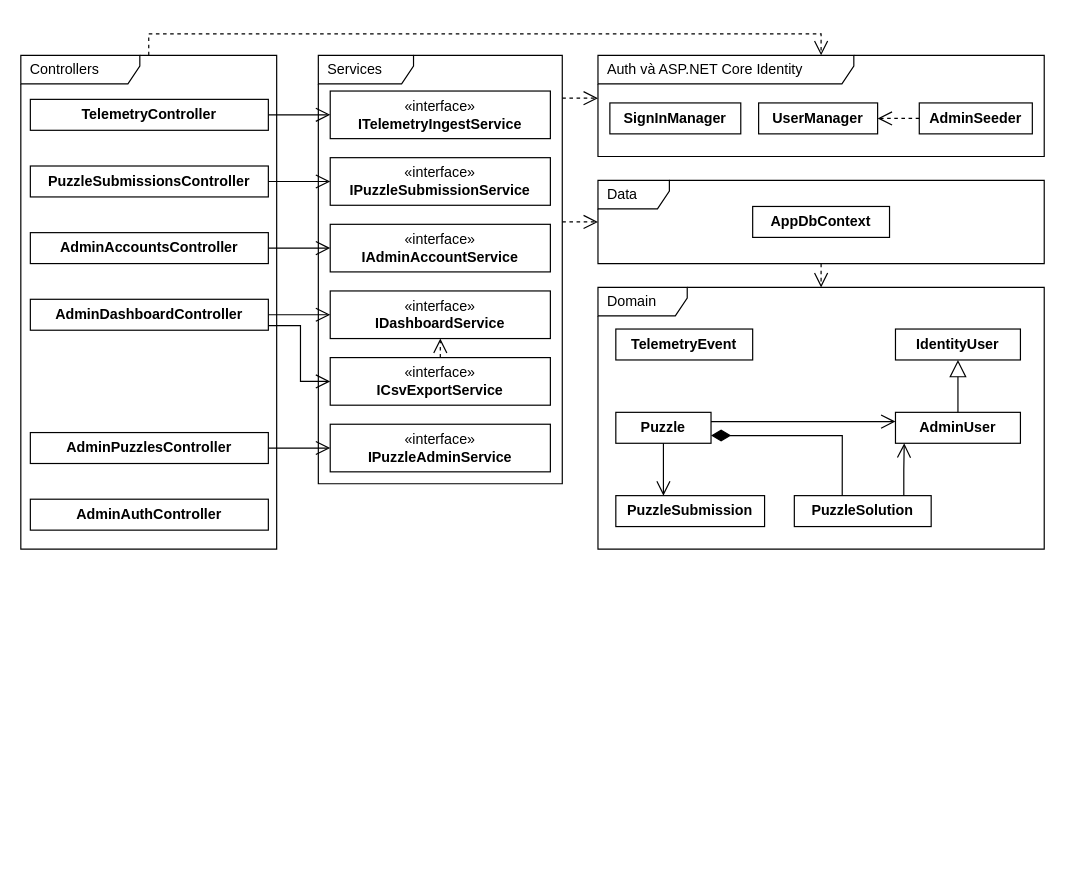
qivarnq3g/3-gio-12 keeps this draw.io diagram as page "Tổng quát" (1 of 9) of docs/thiet-ke/lop-may-chu/luoc-do-lop-may-chu.drawio. Above is the earlier version. Source tidied: cells renumbered, new cells numbered last; positions are measured from the earlier drawing's top-left corner, leaving out a move shared by most shapes. Both pictures are drawn from the tidied source at 119%, with x=0, y=0 at pixel (20, 33).
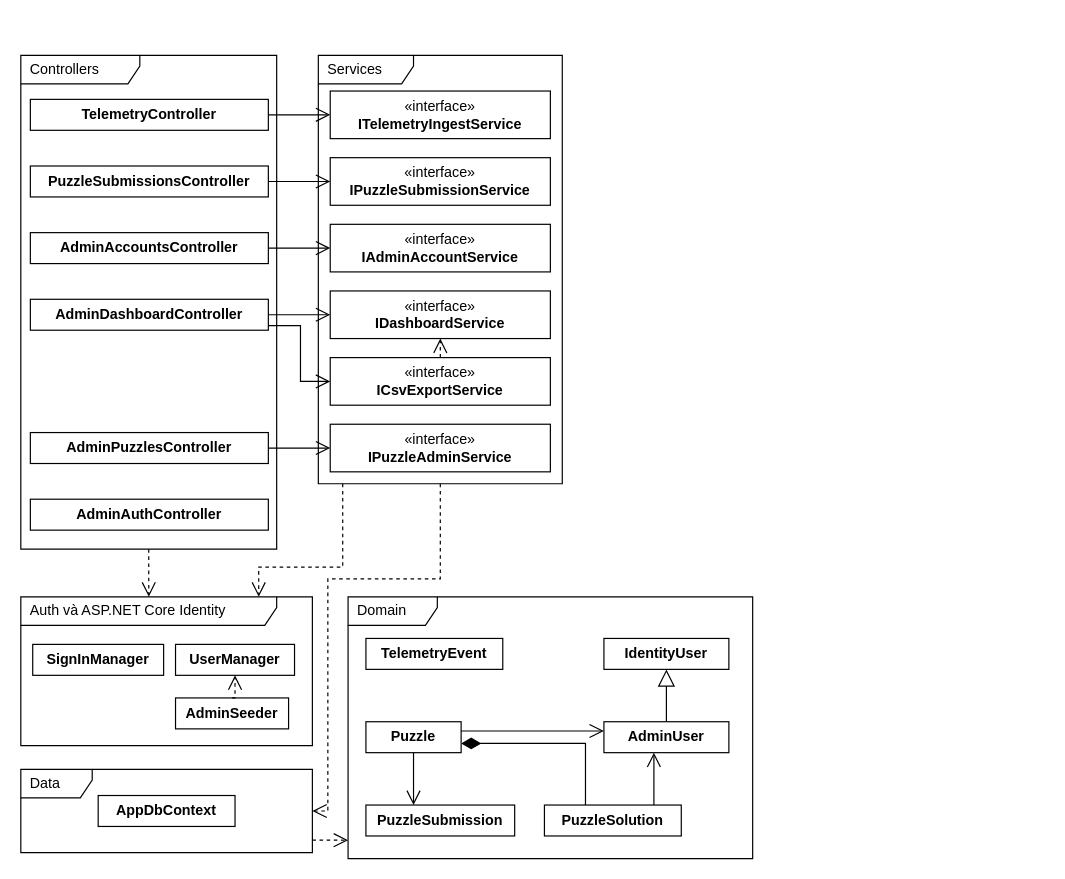
After the change.

The change refers to these unchanged cells:
```xml
<mxCell id="2" value="Controllers" style="shape=umlFrame;whiteSpace=wrap;html=1;boundedLbl=1;verticalAlign=middle;align=left;spacingLeft=6;fillColor=none;fontFamily=Arial;fontSize=12;width=100;height=24;" parent="1" vertex="1">
  <mxGeometry y="18" width="215" height="415" as="geometry" />
</mxCell>
<mxCell id="3" value="Services" style="shape=umlFrame;whiteSpace=wrap;html=1;boundedLbl=1;verticalAlign=middle;align=left;spacingLeft=6;fillColor=none;fontFamily=Arial;fontSize=12;width=80;height=24;" parent="1" vertex="1">
  <mxGeometry x="250" y="18" width="205" height="360" as="geometry" />
</mxCell>
```

The edit, as a diff of the source:
```diff
@@
     <mxCell id="4" value="Auth và ASP.NET Core Identity" style="shape=umlFrame;whiteSpace=wrap;html=1;boundedLbl=1;verticalAlign=middle;align=left;spacingLeft=6;fillColor=none;fontFamily=Arial;fontSize=12;width=215;height=24;" parent="1" vertex="1">
-      <mxGeometry x="485" y="18" width="375" height="85" as="geometry" />
+      <mxGeometry y="473" width="245" height="125" as="geometry" />
     </mxCell>
     <mxCell id="5" value="Data" style="shape=umlFrame;whiteSpace=wrap;html=1;boundedLbl=1;verticalAlign=middle;align=left;spacingLeft=6;fillColor=none;fontFamily=Arial;fontSize=12;width=60;height=24;" parent="1" vertex="1">
-      <mxGeometry x="485" y="123" width="375" height="70" as="geometry" />
+      <mxGeometry y="618" width="245" height="70" as="geometry" />
     </mxCell>
     <mxCell id="6" value="Domain" style="shape=umlFrame;whiteSpace=wrap;html=1;boundedLbl=1;verticalAlign=middle;align=left;spacingLeft=6;fillColor=none;fontFamily=Arial;fontSize=12;width=75;height=24;" parent="1" vertex="1">
-      <mxGeometry x="485" y="213" width="375" height="220" as="geometry" />
+      <mxGeometry x="275" y="473" width="340" height="220" as="geometry" />
     </mxCell>
@@
     <mxCell id="19" value="&lt;b&gt;SignInManager&lt;/b&gt;" style="rounded=0;whiteSpace=wrap;html=1;fillColor=#ffffff;fontFamily=Arial;fontSize=12;" parent="1" vertex="1">
-      <mxGeometry x="495" y="58" width="110" height="26" as="geometry" />
+      <mxGeometry x="10" y="513" width="110" height="26" as="geometry" />
     </mxCell>
     <mxCell id="20" value="&lt;b&gt;UserManager&lt;/b&gt;" style="rounded=0;whiteSpace=wrap;html=1;fillColor=#ffffff;fontFamily=Arial;fontSize=12;" parent="1" vertex="1">
-      <mxGeometry x="620" y="58" width="100" height="26" as="geometry" />
+      <mxGeometry x="130" y="513" width="100" height="26" as="geometry" />
     </mxCell>
     <mxCell id="21" value="&lt;b&gt;AdminSeeder&lt;/b&gt;" style="rounded=0;whiteSpace=wrap;html=1;fillColor=#ffffff;fontFamily=Arial;fontSize=12;" parent="1" vertex="1">
-      <mxGeometry x="755" y="58" width="95" height="26" as="geometry" />
+      <mxGeometry x="130" y="558" width="95" height="26" as="geometry" />
     </mxCell>
     <mxCell id="22" value="&lt;b&gt;AppDbContext&lt;/b&gt;" style="rounded=0;whiteSpace=wrap;html=1;fillColor=#ffffff;fontFamily=Arial;fontSize=12;" parent="1" vertex="1">
-      <mxGeometry x="615" y="145" width="115" height="26" as="geometry" />
+      <mxGeometry x="65" y="640" width="115" height="26" as="geometry" />
     </mxCell>
     <mxCell id="23" value="&lt;b&gt;TelemetryEvent&lt;/b&gt;" style="rounded=0;whiteSpace=wrap;html=1;fillColor=#ffffff;fontFamily=Arial;fontSize=12;" parent="1" vertex="1">
-      <mxGeometry x="500" y="248" width="115" height="26" as="geometry" />
+      <mxGeometry x="290" y="508" width="115" height="26" as="geometry" />
     </mxCell>
     <mxCell id="24" value="&lt;b&gt;IdentityUser&lt;/b&gt;" style="rounded=0;whiteSpace=wrap;html=1;fillColor=#ffffff;fontFamily=Arial;fontSize=12;" parent="1" vertex="1">
-      <mxGeometry x="735" y="248" width="105" height="26" as="geometry" />
+      <mxGeometry x="490" y="508" width="105" height="26" as="geometry" />
     </mxCell>
     <mxCell id="25" value="&lt;b&gt;Puzzle&lt;/b&gt;" style="rounded=0;whiteSpace=wrap;html=1;fillColor=#ffffff;fontFamily=Arial;fontSize=12;" parent="1" vertex="1">
-      <mxGeometry x="500" y="318" width="80" height="26" as="geometry" />
+      <mxGeometry x="290" y="578" width="80" height="26" as="geometry" />
     </mxCell>
     <mxCell id="26" value="&lt;b&gt;AdminUser&lt;/b&gt;" style="rounded=0;whiteSpace=wrap;html=1;fillColor=#ffffff;fontFamily=Arial;fontSize=12;" parent="1" vertex="1">
-      <mxGeometry x="735" y="318" width="105" height="26" as="geometry" />
+      <mxGeometry x="490" y="578" width="105" height="26" as="geometry" />
     </mxCell>
     <mxCell id="27" value="&lt;b&gt;PuzzleSubmission&lt;/b&gt;" style="rounded=0;whiteSpace=wrap;html=1;fillColor=#ffffff;fontFamily=Arial;fontSize=12;" parent="1" vertex="1">
-      <mxGeometry x="500" y="388" width="125" height="26" as="geometry" />
+      <mxGeometry x="290" y="648" width="125" height="26" as="geometry" />
     </mxCell>
     <mxCell id="28" value="&lt;b&gt;PuzzleSolution&lt;/b&gt;" style="rounded=0;whiteSpace=wrap;html=1;fillColor=#ffffff;fontFamily=Arial;fontSize=12;" parent="1" vertex="1">
-      <mxGeometry x="650" y="388" width="115" height="26" as="geometry" />
+      <mxGeometry x="440" y="648" width="115" height="26" as="geometry" />
     </mxCell>
@@
-    <mxCell id="36" style="html=1;rounded=0;edgeStyle=orthogonalEdgeStyle;labelBackgroundColor=#ffffff;fontFamily=Arial;fontSize=12;dashed=1;endArrow=open;endFill=0;endSize=10;exitX=0;exitY=0.5;entryX=1;entryY=0.5;exitPerimeter=0;entryPerimeter=0;" parent="1" edge="1" source="21" target="20">
+    <mxCell id="36" style="html=1;rounded=0;edgeStyle=orthogonalEdgeStyle;labelBackgroundColor=#ffffff;fontFamily=Arial;fontSize=12;dashed=1;endArrow=open;endFill=0;endSize=10;exitX=0.5;exitY=0;entryX=0.5;entryY=1;" parent="1" edge="1" source="21" target="20">
       <mxGeometry relative="1" as="geometry" />
     </mxCell>
-    <mxCell id="37" style="html=1;rounded=0;edgeStyle=orthogonalEdgeStyle;labelBackgroundColor=#ffffff;fontFamily=Arial;fontSize=12;endArrow=block;endFill=0;endSize=12;exitX=0.5;exitY=0;entryX=0.5;entryY=1;exitPerimeter=0;entryPerimeter=0;" parent="1" edge="1" source="26" target="24">
+    <mxCell id="37" style="html=1;rounded=0;edgeStyle=orthogonalEdgeStyle;labelBackgroundColor=#ffffff;fontFamily=Arial;fontSize=12;endArrow=block;endFill=0;endSize=12;exitX=0.5;exitY=0;entryX=0.5;entryY=1;" parent="1" edge="1" source="26" target="24">
       <mxGeometry relative="1" as="geometry" />
     </mxCell>
-    <mxCell id="38" style="html=1;rounded=0;edgeStyle=orthogonalEdgeStyle;labelBackgroundColor=#ffffff;fontFamily=Arial;fontSize=12;endArrow=open;endFill=0;endSize=10;exitX=1;exitY=0.3;entryX=0;entryY=0.3;exitPerimeter=0;entryPerimeter=0;" parent="1" edge="1" source="25" target="26">
+    <mxCell id="38" style="html=1;rounded=0;edgeStyle=orthogonalEdgeStyle;labelBackgroundColor=#ffffff;fontFamily=Arial;fontSize=12;endArrow=open;endFill=0;endSize=10;exitX=1;exitY=0.3;entryX=0;entryY=0.3;" parent="1" edge="1" source="25" target="26">
       <mxGeometry relative="1" as="geometry" />
     </mxCell>
-    <mxCell id="39" style="html=1;rounded=0;edgeStyle=orthogonalEdgeStyle;labelBackgroundColor=#ffffff;fontFamily=Arial;fontSize=12;startArrow=diamondThin;startFill=1;startSize=14;endArrow=none;exitX=1;exitY=0.75;entryX=0.35;entryY=0;exitPerimeter=0;entryPerimeter=0;" parent="1" edge="1" source="25" target="28">
+    <mxCell id="39" style="html=1;rounded=0;edgeStyle=orthogonalEdgeStyle;labelBackgroundColor=#ffffff;fontFamily=Arial;fontSize=12;startArrow=diamondThin;startFill=1;startSize=14;endArrow=none;exitX=1;exitY=0.7;entryX=0.3;entryY=0;" parent="1" edge="1" source="25" target="28">
       <mxGeometry relative="1" as="geometry" />
     </mxCell>
-    <mxCell id="40" style="html=1;rounded=0;edgeStyle=orthogonalEdgeStyle;labelBackgroundColor=#ffffff;fontFamily=Arial;fontSize=12;endArrow=open;endFill=0;endSize=10;exitX=0.5;exitY=1;entryX=0.32;entryY=0;exitPerimeter=0;entryPerimeter=0;" parent="1" edge="1" source="25" target="27">
+    <mxCell id="40" style="html=1;rounded=0;edgeStyle=orthogonalEdgeStyle;labelBackgroundColor=#ffffff;fontFamily=Arial;fontSize=12;endArrow=open;endFill=0;endSize=10;exitX=0.5;exitY=1;entryX=0.32;entryY=0;" parent="1" edge="1" source="25" target="27">
       <mxGeometry relative="1" as="geometry" />
     </mxCell>
-    <mxCell id="41" style="html=1;rounded=0;edgeStyle=orthogonalEdgeStyle;labelBackgroundColor=#ffffff;fontFamily=Arial;fontSize=12;endArrow=open;endFill=0;endSize=10;exitX=0.8;exitY=0;entryX=0.07;entryY=1;exitPerimeter=0;entryPerimeter=0;" parent="1" edge="1" source="28" target="26">
+    <mxCell id="41" style="html=1;rounded=0;edgeStyle=orthogonalEdgeStyle;labelBackgroundColor=#ffffff;fontFamily=Arial;fontSize=12;endArrow=open;endFill=0;endSize=10;exitX=0.8;exitY=0;entryX=0.4;entryY=1;" parent="1" edge="1" source="28" target="26">
       <mxGeometry relative="1" as="geometry" />
     </mxCell>
-    <mxCell id="42" style="html=1;rounded=0;edgeStyle=orthogonalEdgeStyle;labelBackgroundColor=#ffffff;fontFamily=Arial;fontSize=12;dashed=1;endArrow=open;endFill=0;endSize=10;exitX=0.5;exitY=0;entryX=0.5;entryY=0;exitPerimeter=0;entryPerimeter=0;" parent="1" edge="1" source="2" target="4">
-      <mxGeometry relative="1" as="geometry">
-        <Array as="points">
-          <mxPoint x="107.5" />
-          <mxPoint x="672.5" />
-        </Array>
-      </mxGeometry>
+    <mxCell id="42" style="html=1;rounded=0;edgeStyle=orthogonalEdgeStyle;labelBackgroundColor=#ffffff;fontFamily=Arial;fontSize=12;dashed=1;endArrow=open;endFill=0;endSize=10;exitX=0.5;exitY=1;entryX=0.439;entryY=0;" parent="1" edge="1" source="2" target="4">
+      <mxGeometry relative="1" as="geometry" />
     </mxCell>
-    <mxCell id="43" style="html=1;rounded=0;edgeStyle=orthogonalEdgeStyle;labelBackgroundColor=#ffffff;fontFamily=Arial;fontSize=12;dashed=1;endArrow=open;endFill=0;endSize=10;exitX=1;exitY=0.1;entryX=0;entryY=0.4235;exitPerimeter=0;entryPerimeter=0;" parent="1" edge="1" source="3" target="4">
-      <mxGeometry relative="1" as="geometry" />
+    <mxCell id="43" style="html=1;rounded=0;edgeStyle=orthogonalEdgeStyle;labelBackgroundColor=#ffffff;fontFamily=Arial;fontSize=12;dashed=1;endArrow=open;endFill=0;endSize=10;exitX=0.1;exitY=1;entryX=0.816;entryY=0;" parent="1" edge="1" source="3" target="4">
+      <mxGeometry relative="1" as="geometry">
+        <Array as="points">
+          <mxPoint x="270.5" y="448" />
+          <mxPoint x="200" y="448" />
+        </Array>
+      </mxGeometry>
     </mxCell>
-    <mxCell id="44" style="html=1;rounded=0;edgeStyle=orthogonalEdgeStyle;labelBackgroundColor=#ffffff;fontFamily=Arial;fontSize=12;dashed=1;endArrow=open;endFill=0;endSize=10;exitX=1;exitY=0.3889;entryX=0;entryY=0.5;exitPerimeter=0;entryPerimeter=0;" parent="1" edge="1" source="3" target="5">
-      <mxGeometry relative="1" as="geometry" />
+    <mxCell id="44" style="html=1;rounded=0;edgeStyle=orthogonalEdgeStyle;labelBackgroundColor=#ffffff;fontFamily=Arial;fontSize=12;dashed=1;endArrow=open;endFill=0;endSize=10;exitX=0.5;exitY=1;entryX=1;entryY=0.5;" parent="1" edge="1" source="3" target="5">
+      <mxGeometry relative="1" as="geometry">
+        <Array as="points">
+          <mxPoint x="352.5" y="458" />
+          <mxPoint x="258" y="458" />
+          <mxPoint x="258" y="653" />
+        </Array>
+      </mxGeometry>
     </mxCell>
-    <mxCell id="45" style="html=1;rounded=0;edgeStyle=orthogonalEdgeStyle;labelBackgroundColor=#ffffff;fontFamily=Arial;fontSize=12;dashed=1;endArrow=open;endFill=0;endSize=10;exitX=0.5;exitY=1;entryX=0.5;entryY=0;exitPerimeter=0;entryPerimeter=0;" parent="1" edge="1" source="5" target="6">
+    <mxCell id="45" style="html=1;rounded=0;edgeStyle=orthogonalEdgeStyle;labelBackgroundColor=#ffffff;fontFamily=Arial;fontSize=12;dashed=1;endArrow=open;endFill=0;endSize=10;exitX=1;exitY=0.85;entryX=0;entryY=0.93;" parent="1" edge="1" source="5" target="6">
       <mxGeometry relative="1" as="geometry" />
     </mxCell>
```
